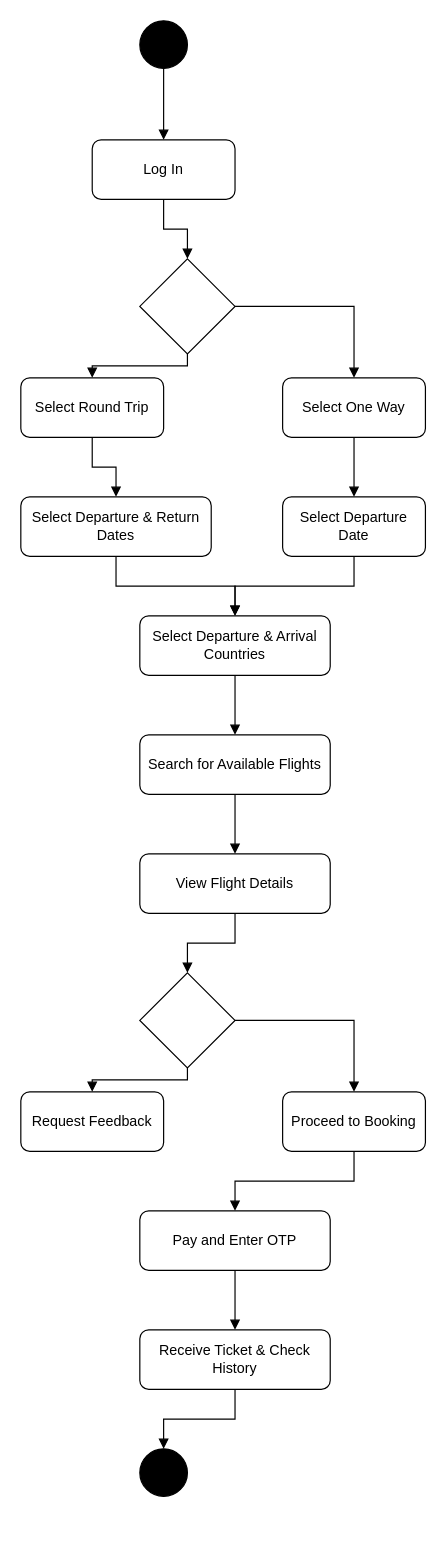
The draw.io diagram acdiagrlej.drawio in Latifpro108108/test, before the edit. Source tidied: cells renumbered, new cells numbered last; positions are measured from the earlier drawing's top-left corner, leaving out a move shared by most shapes. Both pictures are drawn from the tidied source at 119%, with x=0, y=0 at pixel (20, 20).
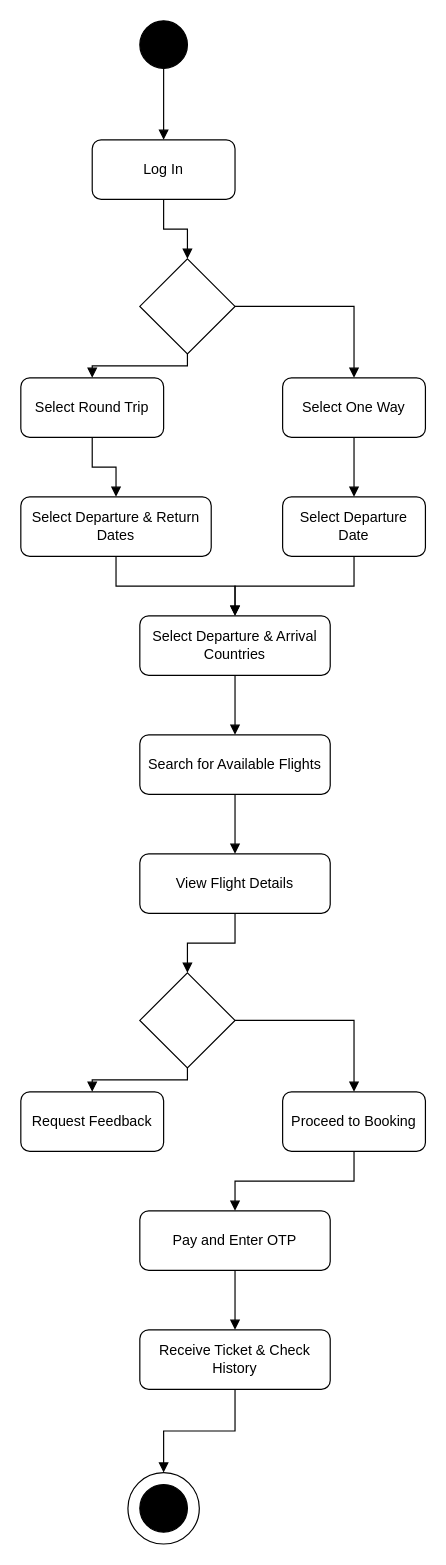
Above is the later version.

Commit message:
Mettre à jour acdiagrlej.drawio

Unchanged cells that the change refers to:
```xml
<mxCell id="30" value="Receive Ticket &amp; Check History" style="rounded=1;whiteSpace=wrap;fillColor=#FFFFFF;strokeColor=#000000;" parent="1" vertex="1">
  <mxGeometry x="100" y="1100" width="160" height="50" as="geometry" />
</mxCell>
```

Change to the diagram source:
```diff
@@
+    <mxCell id="33" style="edgeStyle=orthogonalEdgeStyle;strokeColor=#000000;endArrow=block;rounded=0;entryX=0.5;entryY=0;entryDx=0;entryDy=0;" parent="1" edge="1" source="30" target="35">
+      <mxGeometry relative="1" as="geometry" />
+    </mxCell>
+    <mxCell id="34" style="group;" parent="1" vertex="1">
+      <mxGeometry x="90" y="1220" width="60" height="60" as="geometry" />
+    </mxCell>
+    <mxCell id="35" style="ellipse;whiteSpace=wrap;html=1;" parent="34" vertex="1">
+      <mxGeometry width="60" height="60" as="geometry" />
+    </mxCell>
-    <mxCell id="32" style="ellipse;fillColor=#000000;strokeColor=#000000;" parent="1" vertex="1">
-      <mxGeometry x="100" y="1200" width="40" height="40" as="geometry" />
+    <mxCell id="32" style="ellipse;fillColor=#000000;strokeColor=#000000;" parent="34" vertex="1">
+      <mxGeometry x="10" y="10" width="40" height="40" as="geometry" />
     </mxCell>
-    <mxCell id="33" style="edgeStyle=orthogonalEdgeStyle;strokeColor=#000000;endArrow=block;rounded=0;" parent="1" edge="1" source="30" target="32">
-      <mxGeometry relative="1" as="geometry" />
-    </mxCell>
```
